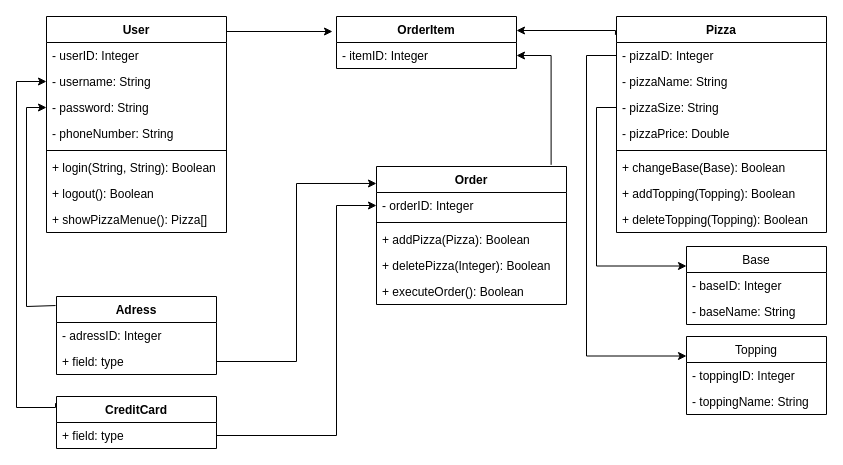
This is Task 1/pizza_class_diagramm.drawio from BlackFox1197/sdi, a draw.io file, before an edit. Source tidied: cells renumbered, new cells numbered last; positions are measured from the earlier drawing's top-left corner, leaving out a move shared by most shapes. Both pictures are drawn from the tidied source at 100%, with x=0, y=0 at pixel (16, 16).
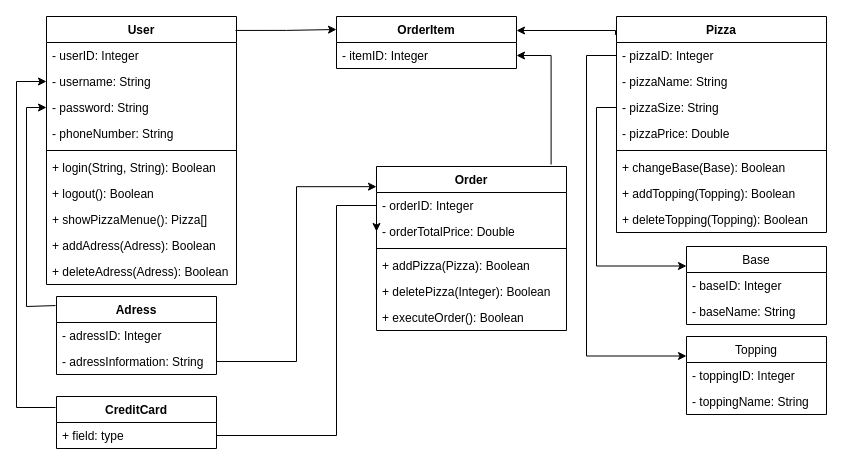
The same page after the edit.

The change refers to these unchanged cells:
```xml
<mxCell id="11" value="OrderItem" style="swimlane;fontStyle=1;align=center;verticalAlign=top;horizontal=1;startSize=26;" parent="1" vertex="1">
  <mxGeometry x="320" width="180" height="52" as="geometry" />
</mxCell>
<mxCell id="36" value="Adress" style="swimlane;fontStyle=1;align=center;verticalAlign=top;horizontal=1;startSize=26;" parent="1" vertex="1">
  <mxGeometry x="40" y="280" width="160" height="78" as="geometry" />
</mxCell>
<mxCell id="39" value="CreditCard" style="swimlane;fontStyle=1;align=center;verticalAlign=top;horizontal=1;startSize=26;" parent="1" vertex="1">
  <mxGeometry x="40" y="380" width="160" height="52" as="geometry" />
</mxCell>
```

The edit, as a diff of the source:
```diff
@@
     <mxCell id="2" value="User" style="swimlane;fontStyle=1;align=center;verticalAlign=top;horizontal=1;startSize=26;" parent="1" vertex="1">
-      <mxGeometry x="30" width="180" height="216" as="geometry" />
+      <mxGeometry x="30" width="190" height="268" as="geometry" />
     </mxCell>
     <mxCell id="3" value="- userID: Integer" style="text;strokeColor=none;fillColor=none;align=left;verticalAlign=top;spacingLeft=4;spacingRight=4;overflow=hidden;" parent="2" vertex="1">
-      <mxGeometry y="26" width="180" height="26" as="geometry" />
+      <mxGeometry y="26" width="190" height="26" as="geometry" />
     </mxCell>
     <mxCell id="4" value="- username: String" style="text;strokeColor=none;fillColor=none;align=left;verticalAlign=top;spacingLeft=4;spacingRight=4;overflow=hidden;points=[[0,0.5],[1,0.5]];portConstraint=eastwest;" parent="2" vertex="1">
-      <mxGeometry y="52" width="180" height="26" as="geometry" />
+      <mxGeometry y="52" width="190" height="26" as="geometry" />
     </mxCell>
     <mxCell id="5" value="- password: String" style="text;strokeColor=none;fillColor=none;align=left;verticalAlign=top;spacingLeft=4;spacingRight=4;overflow=hidden;points=[[0,0.5],[1,0.5]];portConstraint=eastwest;" parent="2" vertex="1">
-      <mxGeometry y="78" width="180" height="26" as="geometry" />
+      <mxGeometry y="78" width="190" height="26" as="geometry" />
     </mxCell>
     <mxCell id="6" value="- phoneNumber: String" style="text;strokeColor=none;fillColor=none;align=left;verticalAlign=top;spacingLeft=4;spacingRight=4;overflow=hidden;" parent="2" vertex="1">
-      <mxGeometry y="104" width="180" height="26" as="geometry" />
+      <mxGeometry y="104" width="190" height="26" as="geometry" />
     </mxCell>
     <mxCell id="7" style="line;strokeWidth=1;fillColor=none;align=left;verticalAlign=middle;spacingTop=-1;spacingLeft=3;spacingRight=3;labelPosition=right;" parent="2" vertex="1">
-      <mxGeometry y="130" width="180" height="8" as="geometry" />
+      <mxGeometry y="130" width="190" height="8" as="geometry" />
     </mxCell>
     <mxCell id="8" value="+ login(String, String): Boolean" style="text;strokeColor=none;fillColor=none;align=left;verticalAlign=top;spacingLeft=4;spacingRight=4;overflow=hidden;" parent="2" vertex="1">
-      <mxGeometry y="138" width="180" height="26" as="geometry" />
+      <mxGeometry y="138" width="190" height="26" as="geometry" />
     </mxCell>
     <mxCell id="9" value="+ logout(): Boolean" style="text;strokeColor=none;fillColor=none;align=left;verticalAlign=top;spacingLeft=4;spacingRight=4;overflow=hidden;" parent="2" vertex="1">
-      <mxGeometry y="164" width="180" height="26" as="geometry" />
+      <mxGeometry y="164" width="190" height="26" as="geometry" />
     </mxCell>
     <mxCell id="10" value="+ showPizzaMenue(): Pizza[]" style="text;strokeColor=none;fillColor=none;align=left;verticalAlign=top;spacingLeft=4;spacingRight=4;overflow=hidden;" parent="2" vertex="1">
-      <mxGeometry y="190" width="180" height="26" as="geometry" />
+      <mxGeometry y="190" width="190" height="26" as="geometry" />
     </mxCell>
+    <mxCell id="48" value="+ addAdress(Adress): Boolean" style="text;strokeColor=none;fillColor=none;align=left;verticalAlign=top;spacingLeft=4;spacingRight=4;overflow=hidden;" parent="2" vertex="1">
+      <mxGeometry y="216" width="190" height="26" as="geometry" />
+    </mxCell>
+    <mxCell id="49" value="+ deleteAdress(Adress): Boolean" style="text;strokeColor=none;fillColor=none;align=left;verticalAlign=top;spacingLeft=4;spacingRight=4;overflow=hidden;" parent="2" vertex="1">
+      <mxGeometry y="242" width="190" height="26" as="geometry" />
+    </mxCell>
@@
     <mxCell id="30" value="Order" style="swimlane;fontStyle=1;align=center;verticalAlign=top;horizontal=1;startSize=26;" parent="1" vertex="1">
-      <mxGeometry x="360" y="150" width="190" height="138" as="geometry" />
+      <mxGeometry x="360" y="150" width="190" height="164" as="geometry" />
     </mxCell>
+    <mxCell id="50" value="- orderID: Integer" style="text;strokeColor=none;fillColor=none;align=left;verticalAlign=top;spacingLeft=4;spacingRight=4;overflow=hidden;" parent="30" vertex="1">
+      <mxGeometry y="26" width="190" height="26" as="geometry" />
+    </mxCell>
-    <mxCell id="31" value="- orderID: Integer" style="text;strokeColor=none;fillColor=none;align=left;verticalAlign=top;spacingLeft=4;spacingRight=4;overflow=hidden;points=[[0,0.5],[1,0.5]];portConstraint=eastwest;" parent="30" vertex="1">
-      <mxGeometry y="26" width="190" height="26" as="geometry" />
+    <mxCell id="31" value="- orderTotalPrice: Double" style="text;strokeColor=none;fillColor=none;align=left;verticalAlign=top;spacingLeft=4;spacingRight=4;overflow=hidden;points=[[0,0.5],[1,0.5]];portConstraint=eastwest;" parent="30" vertex="1">
+      <mxGeometry y="52" width="190" height="26" as="geometry" />
     </mxCell>
     <mxCell id="32" style="line;strokeWidth=1;fillColor=none;align=left;verticalAlign=middle;spacingTop=-1;spacingLeft=3;spacingRight=3;labelPosition=right;" parent="30" vertex="1">
-      <mxGeometry y="52" width="190" height="8" as="geometry" />
+      <mxGeometry y="78" width="190" height="8" as="geometry" />
     </mxCell>
     <mxCell id="33" value="+ addPizza(Pizza): Boolean" style="text;strokeColor=none;fillColor=none;align=left;verticalAlign=top;spacingLeft=4;spacingRight=4;overflow=hidden;" parent="30" vertex="1">
-      <mxGeometry y="60" width="190" height="26" as="geometry" />
+      <mxGeometry y="86" width="190" height="26" as="geometry" />
     </mxCell>
     <mxCell id="34" value="+ deletePizza(Integer): Boolean" style="text;strokeColor=none;fillColor=none;align=left;verticalAlign=top;spacingLeft=4;spacingRight=4;overflow=hidden;" parent="30" vertex="1">
-      <mxGeometry y="86" width="190" height="26" as="geometry" />
+      <mxGeometry y="112" width="190" height="26" as="geometry" />
     </mxCell>
     <mxCell id="35" value="+ executeOrder(): Boolean" style="text;strokeColor=none;fillColor=none;align=left;verticalAlign=top;spacingLeft=4;spacingRight=4;overflow=hidden;" parent="30" vertex="1">
-      <mxGeometry y="112" width="190" height="26" as="geometry" />
+      <mxGeometry y="138" width="190" height="26" as="geometry" />
     </mxCell>
@@
-    <mxCell id="38" value="+ field: type" style="text;strokeColor=none;fillColor=none;align=left;verticalAlign=top;spacingLeft=4;spacingRight=4;overflow=hidden;points=[[0,0.5],[1,0.5]];portConstraint=eastwest;" parent="36" vertex="1">
+    <mxCell id="38" value="- adressInformation: String" style="text;strokeColor=none;fillColor=none;align=left;verticalAlign=top;spacingLeft=4;spacingRight=4;overflow=hidden;points=[[0,0.5],[1,0.5]];portConstraint=eastwest;" parent="36" vertex="1">
       <mxGeometry y="52" width="160" height="26" as="geometry" />
     </mxCell>
@@
-    <mxCell id="43" style="edgeStyle=orthogonalEdgeStyle;rounded=0;orthogonalLoop=1;jettySize=auto;html=1;" parent="1" edge="1">
-      <mxGeometry relative="1" as="geometry">
-        <mxPoint x="210" y="15" as="sourcePoint" />
-        <mxPoint x="316" y="15" as="targetPoint" />
-        <Array as="points">
-          <mxPoint x="210" y="15" />
-        </Array>
-      </mxGeometry>
-    </mxCell>
-    <mxCell id="44" style="edgeStyle=orthogonalEdgeStyle;rounded=0;jettySize=auto;html=1;exitX=-0.006;exitY=0.128;exitDx=0;exitDy=0;entryX=0;entryY=0.5;entryDx=0;entryDy=0;exitPerimeter=0;" parent="1" edge="1" source="39" target="4">
+    <mxCell id="44" style="edgeStyle=orthogonalEdgeStyle;rounded=0;jettySize=auto;html=1;entryX=0;entryY=0.5;entryDx=0;entryDy=0;" parent="1" edge="1" target="4">
       <mxGeometry relative="1" as="geometry">
+        <mxPoint x="39" y="391" as="sourcePoint" />
         <Array as="points">
           <mxPoint x="39" y="391" />
           <mxPoint y="391" />
           <mxPoint y="65" />
         </Array>
       </mxGeometry>
     </mxCell>
@@
+    <mxCell id="51" style="edgeStyle=orthogonalEdgeStyle;rounded=0;jettySize=auto;html=1;exitX=0.995;exitY=0.052;exitDx=0;exitDy=0;entryX=0;entryY=0.25;entryDx=0;entryDy=0;exitPerimeter=0;" parent="1" edge="1" source="2" target="11">
+      <mxGeometry relative="1" as="geometry" />
+    </mxCell>
```
